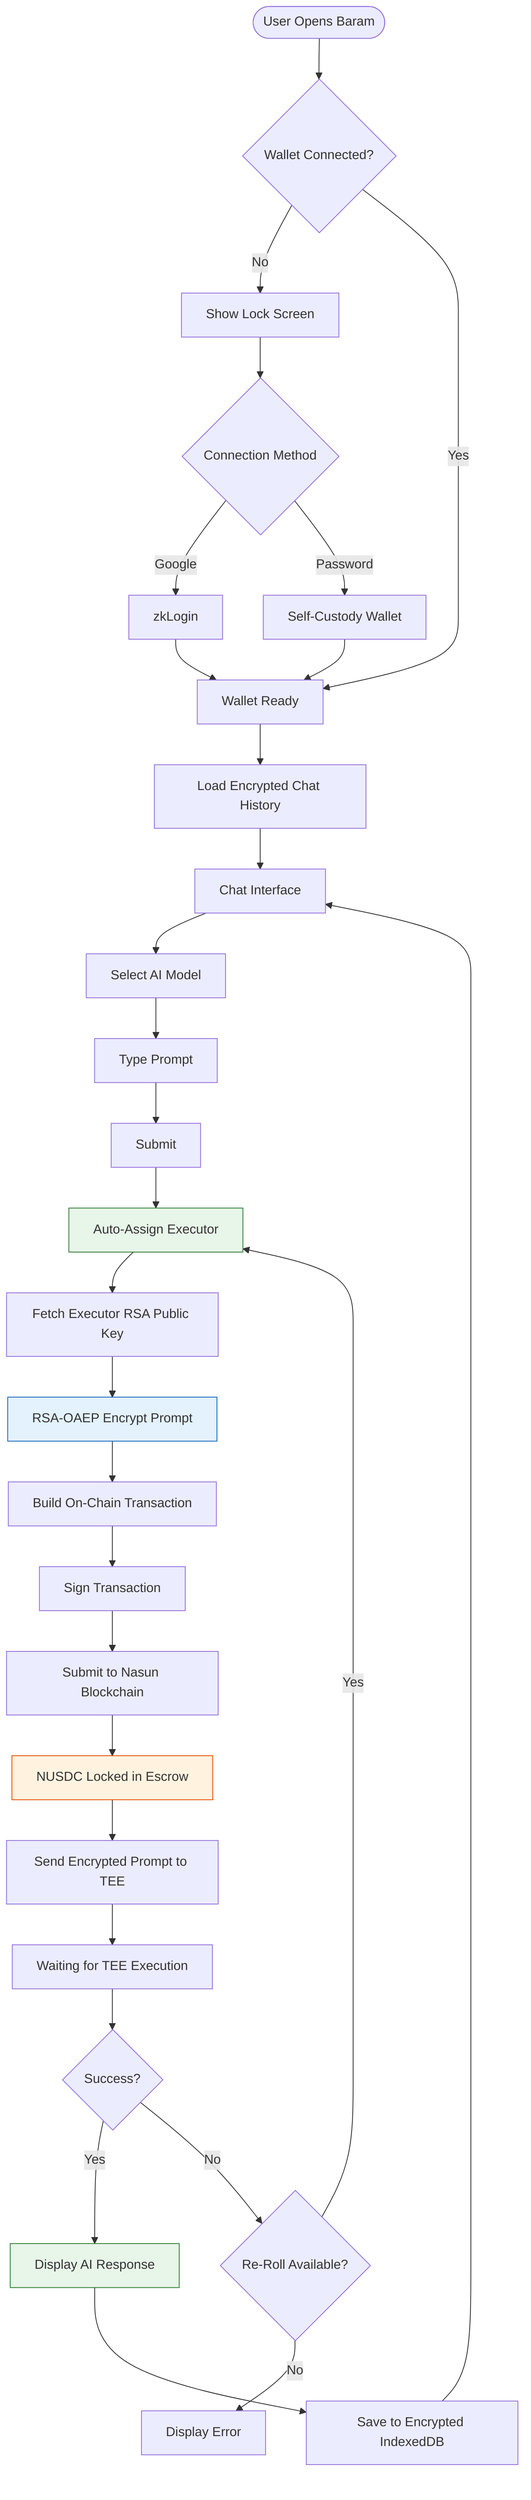
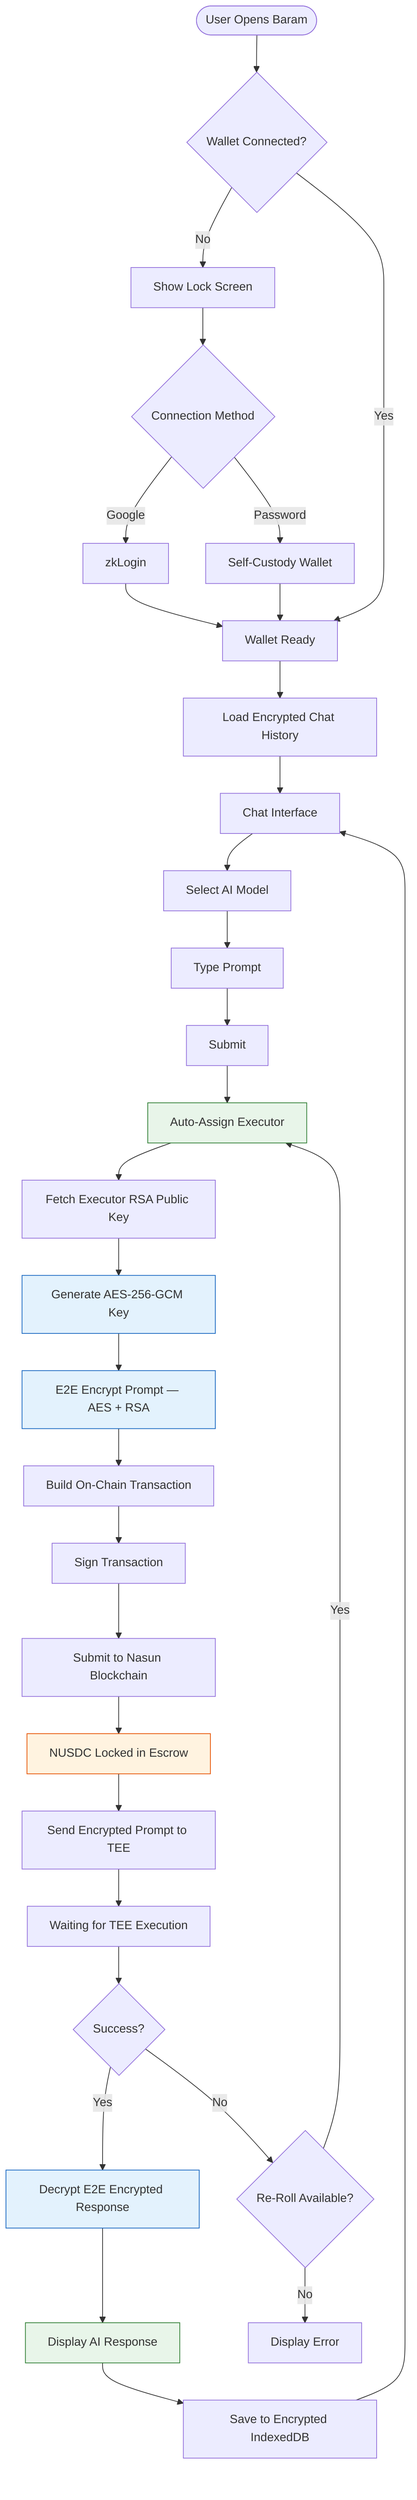
flowchart TD
    Start([User Opens Baram]) --> ConnectWallet{Wallet Connected?}

    ConnectWallet -->|No| ShowLock[Show Lock Screen]
    ShowLock --> ConnectMethod{Connection Method}
    ConnectMethod -->|Google| ZkLogin[zkLogin]
    ConnectMethod -->|Password| SelfCustody[Self-Custody Wallet]
    ZkLogin --> WalletReady
    SelfCustody --> WalletReady

    ConnectWallet -->|Yes| WalletReady[Wallet Ready]
    WalletReady --> LoadHistory[Load Encrypted Chat History]
    LoadHistory --> ChatUI[Chat Interface]

    ChatUI --> SelectModel[Select AI Model]
    SelectModel --> TypePrompt[Type Prompt]
    TypePrompt --> Submit[Submit]

    Submit --> AutoAssign[Auto-Assign Executor]
    AutoAssign --> FetchPubKey[Fetch Executor RSA Public Key]
-     FetchPubKey --> Encrypt[RSA-OAEP Encrypt Prompt]
+     FetchPubKey --> GenAES[Generate AES-256-GCM Key]
+     GenAES --> Encrypt[E2E Encrypt Prompt — AES + RSA]
    Encrypt --> BuildTx[Build On-Chain Transaction]
    BuildTx --> SignTx[Sign Transaction]
    SignTx --> SubmitTx[Submit to Nasun Blockchain]

    SubmitTx --> EscrowCreated[NUSDC Locked in Escrow]
    EscrowCreated --> CallExecutor[Send Encrypted Prompt to TEE]
    CallExecutor --> WaitResult[Waiting for TEE Execution]

    WaitResult --> ResultOk{Success?}
-     ResultOk -->|Yes| ShowResult[Display AI Response]
+     ResultOk -->|Yes| DecryptResp[Decrypt E2E Encrypted Response]
+     DecryptResp --> ShowResult[Display AI Response]
    ResultOk -->|No| ReRoll{Re-Roll Available?}
    ReRoll -->|Yes| AutoAssign
    ReRoll -->|No| ShowError[Display Error]

    ShowResult --> SaveChat[Save to Encrypted IndexedDB]
    SaveChat --> ChatUI

    style AutoAssign fill:#e8f5e9,stroke:#2e7d32
+     style GenAES fill:#e3f2fd,stroke:#1565c0
    style Encrypt fill:#e3f2fd,stroke:#1565c0
+     style DecryptResp fill:#e3f2fd,stroke:#1565c0
    style EscrowCreated fill:#fff3e0,stroke:#e65100
    style ShowResult fill:#e8f5e9,stroke:#2e7d32
